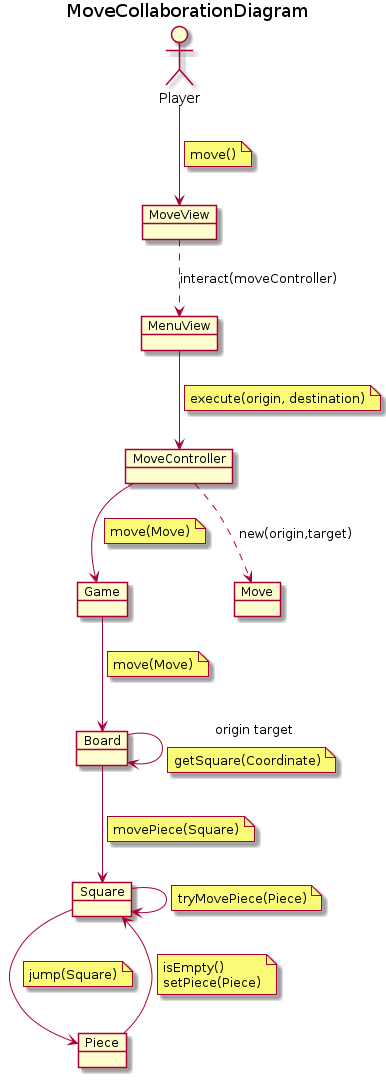
Before: docs/output/analysis/use-cases/MoveCollaborationDiagram.png, a diagram exported from PlantUML (Master-Desarrollo-20-21/patrones-diseno---practica-final---juego-de-las-damas-fraylopez).
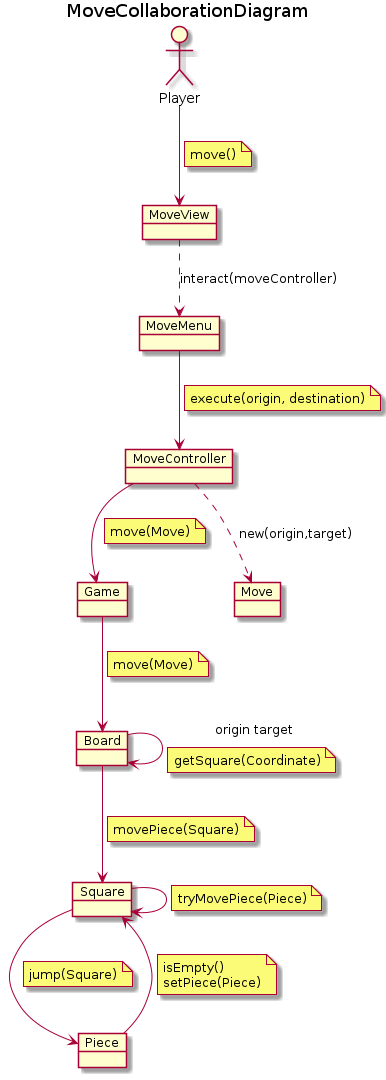
Above is the later version.

The edit, as a diff of the source:
```diff
@@ -4,7 +4,7 @@
 allow_mixing
 
 actor Player
-object MenuView
+object MoveMenu
 object MoveView
 object MoveController
 object Game
@@ -17,9 +17,9 @@
 note on link
     move()
 end note
-MoveView ..> MenuView : interact(moveController)
+MoveView ..> MoveMenu : interact(moveController)
 
-MenuView --> MoveController
+MoveMenu --> MoveController
 note on link
     execute(origin, destination)
 end note
```
